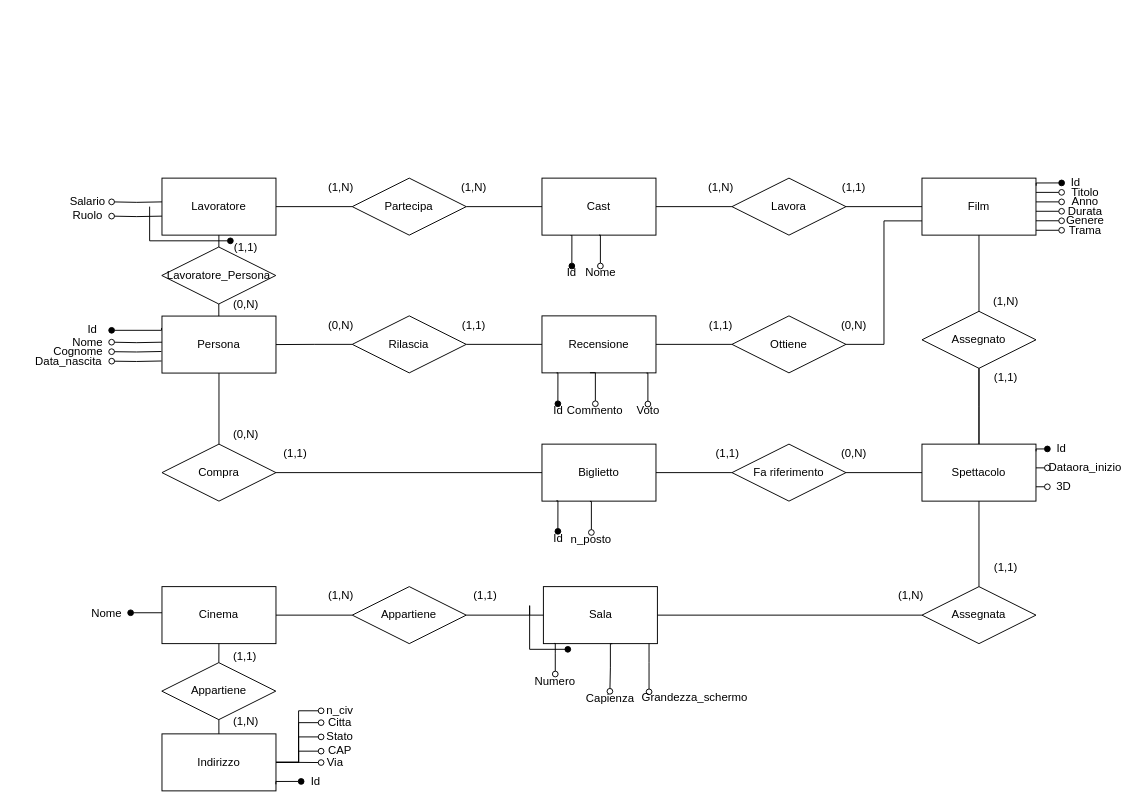
ToldoDM/UDBP keeps this draw.io diagram as SchemaER_Rev.drawio. Above is the earlier version. Source tidied: cells renumbered, new cells numbered last; positions are measured from the earlier drawing's top-left corner, leaving out a move shared by most shapes. Both pictures are drawn from the tidied source at 95%, with x=0, y=0 at pixel (16, 16).
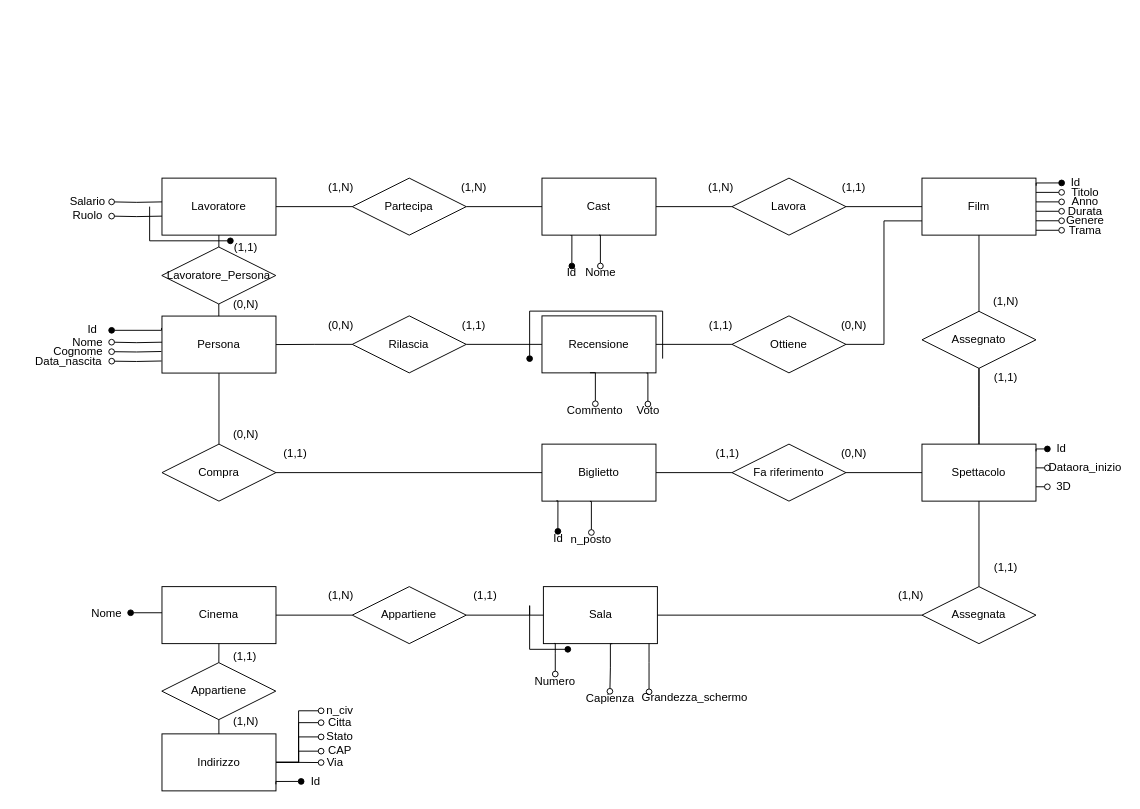
After the change.

Commit message (it also covers changes not shown here):
Aggiornati schema er

Diff of the diagram source:
```diff
@@
-    <mxCell id="83" style="edgeStyle=orthogonalEdgeStyle;rounded=0;jettySize=auto;html=1;exitX=0.25;exitY=1;exitDx=0;exitDy=0;endArrow=oval;endFill=1;entryX=0.5;entryY=0;entryDx=0;entryDy=0;" parent="1" edge="1" target="84">
+    <mxCell id="83" style="edgeStyle=orthogonalEdgeStyle;rounded=0;orthogonalLoop=1;jettySize=auto;html=1;endArrow=oval;endFill=1;" parent="1" edge="1">
       <mxGeometry relative="1" as="geometry">
-        <mxPoint x="568.3" y="375" as="sourcePoint" />
+        <mxPoint x="680" y="360" as="sourcePoint" />
+        <mxPoint x="540" y="360" as="targetPoint" />
         <Array as="points">
-          <mxPoint x="569.3" y="375" />
+          <mxPoint x="680" y="310" />
+          <mxPoint x="540" y="310" />
         </Array>
       </mxGeometry>
     </mxCell>
-    <mxCell id="84" value="Id" style="text;html=1;strokeColor=none;fillColor=none;align=center;verticalAlign=middle;whiteSpace=wrap;rounded=0;" parent="1" vertex="1">
-      <mxGeometry x="554.5" y="407.5" width="30.5" height="15" as="geometry" />
-    </mxCell>
```
